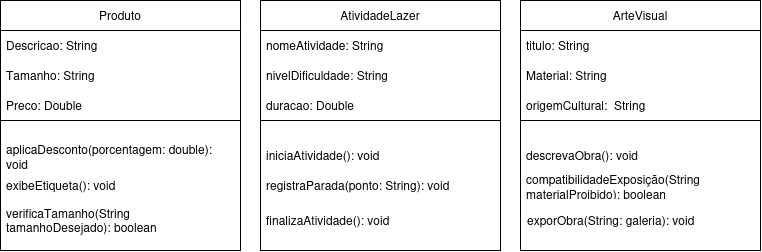
Before: tarefa_LP1_25_08/exercicio2_POO_23_08/UML_exercicio2.png, a diagram exported from draw.io (rianrz/lp1-adriana). Source tidied: cells renumbered, new cells last; positions are measured from the earlier drawing's top-left corner, leaving out a move shared by most shapes.
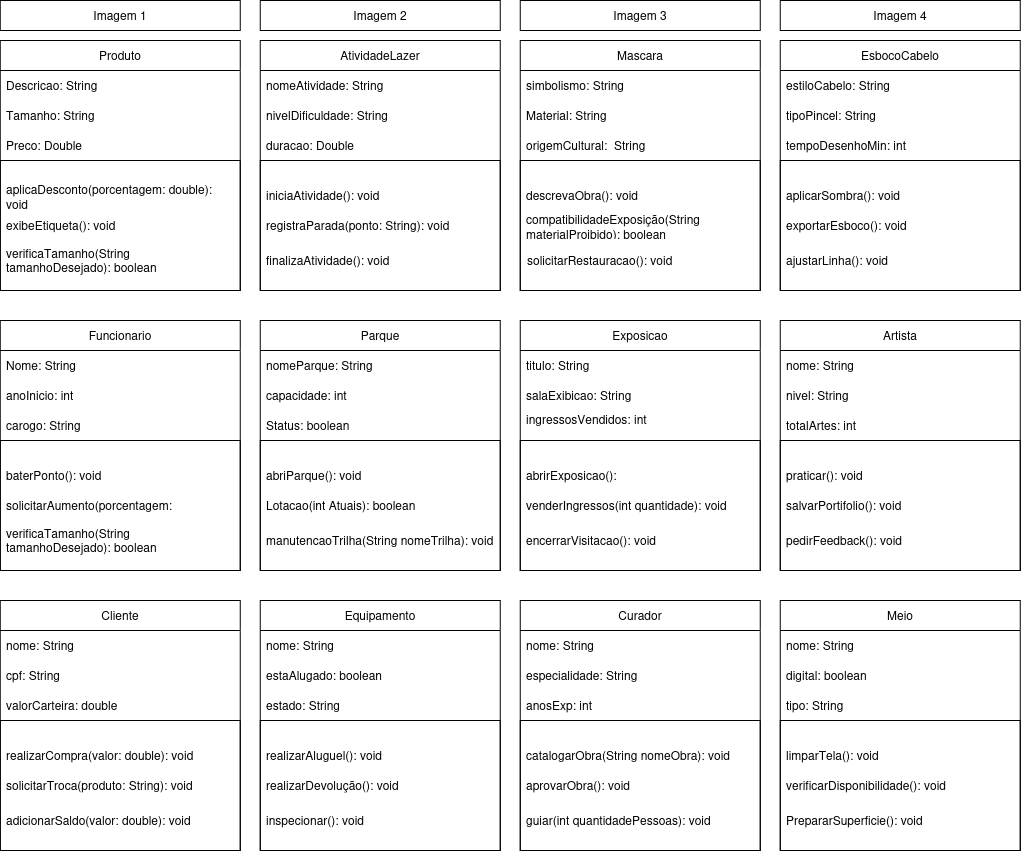
After the change.

The edit, as a diff of the source:
```diff
@@ -50,10 +50,10 @@
     <mxCell id="17" value="finalizaAtividade(): void" style="text;strokeColor=none;fillColor=none;align=left;verticalAlign=middle;spacingLeft=4;spacingRight=4;overflow=hidden;whiteSpace=wrap;html=1;" parent="14" vertex="1">
       <mxGeometry y="80" width="240" height="40" as="geometry" />
     </mxCell>
-    <mxCell id="18" value="ArteVisual" style="swimlane;fontStyle=0;horizontal=1;startSize=30;whiteSpace=wrap;html=1;" parent="1" vertex="1">
+    <mxCell id="18" value="Mascara" style="swimlane;fontStyle=0;horizontal=1;startSize=30;whiteSpace=wrap;html=1;" parent="1" vertex="1">
       <mxGeometry x="520" width="240" height="250" as="geometry" />
     </mxCell>
-    <mxCell id="19" value="titulo: String" style="text;strokeColor=none;fillColor=none;align=left;verticalAlign=middle;spacingLeft=4;spacingRight=4;overflow=hidden;whiteSpace=wrap;html=1;" parent="18" vertex="1">
+    <mxCell id="19" value="simbolismo: String" style="text;strokeColor=none;fillColor=none;align=left;verticalAlign=middle;spacingLeft=4;spacingRight=4;overflow=hidden;whiteSpace=wrap;html=1;" parent="18" vertex="1">
       <mxGeometry y="30" width="240" height="30" as="geometry" />
     </mxCell>
     <mxCell id="20" value="Material: String" style="text;strokeColor=none;fillColor=none;align=left;verticalAlign=middle;spacingLeft=4;spacingRight=4;overflow=hidden;whiteSpace=wrap;html=1;" parent="18" vertex="1">
@@ -68,11 +68,239 @@
     <mxCell id="23" value="descrevaObra(): void" style="text;strokeColor=none;fillColor=none;align=left;verticalAlign=middle;spacingLeft=4;spacingRight=4;overflow=hidden;whiteSpace=wrap;html=1;" parent="22" vertex="1">
       <mxGeometry y="20" width="240" height="30" as="geometry" />
     </mxCell>
-    <mxCell id="24" value="exporObra(String: galeria): void" style="text;strokeColor=none;fillColor=none;align=left;verticalAlign=middle;spacingLeft=4;spacingRight=4;overflow=hidden;whiteSpace=wrap;html=1;" parent="22" vertex="1">
+    <mxCell id="24" value="solicitarRestauracao(): void" style="text;strokeColor=none;fillColor=none;align=left;verticalAlign=middle;spacingLeft=4;spacingRight=4;overflow=hidden;whiteSpace=wrap;html=1;" parent="22" vertex="1">
       <mxGeometry x="1" y="80" width="240" height="40" as="geometry" />
     </mxCell>
     <mxCell id="25" value="compatibilidadeExposição(String materialProibido): boolean" style="text;strokeColor=none;fillColor=none;align=left;verticalAlign=middle;spacingLeft=4;spacingRight=4;overflow=hidden;whiteSpace=wrap;html=1;" parent="22" vertex="1">
       <mxGeometry y="50" width="240" height="30" as="geometry" />
     </mxCell>
+    <mxCell id="26" value="Funcionario" style="swimlane;fontStyle=0;horizontal=1;startSize=30;whiteSpace=wrap;html=1;" parent="1" vertex="1">
+      <mxGeometry y="280" width="240" height="250" as="geometry" />
+    </mxCell>
+    <mxCell id="27" value="Nome: String" style="text;strokeColor=none;fillColor=none;align=left;verticalAlign=middle;spacingLeft=4;spacingRight=4;overflow=hidden;whiteSpace=wrap;html=1;" parent="26" vertex="1">
+      <mxGeometry y="30" width="240" height="30" as="geometry" />
+    </mxCell>
+    <mxCell id="28" value="anoInicio: int" style="text;strokeColor=none;fillColor=none;align=left;verticalAlign=middle;spacingLeft=4;spacingRight=4;overflow=hidden;whiteSpace=wrap;html=1;" parent="26" vertex="1">
+      <mxGeometry y="60" width="240" height="30" as="geometry" />
+    </mxCell>
+    <mxCell id="29" value="carogo: String" style="text;strokeColor=none;fillColor=none;align=left;verticalAlign=middle;spacingLeft=4;spacingRight=4;overflow=hidden;whiteSpace=wrap;html=1;" parent="26" vertex="1">
+      <mxGeometry y="90" width="240" height="30" as="geometry" />
+    </mxCell>
+    <mxCell id="30" style="swimlane;startSize=0;" parent="26" vertex="1">
+      <mxGeometry y="120" width="240" height="130" as="geometry" />
+    </mxCell>
+    <mxCell id="31" value="baterPonto(): void" style="text;strokeColor=none;fillColor=none;align=left;verticalAlign=middle;spacingLeft=4;spacingRight=4;overflow=hidden;whiteSpace=wrap;html=1;" parent="30" vertex="1">
+      <mxGeometry y="20" width="240" height="30" as="geometry" />
+    </mxCell>
+    <mxCell id="32" value="solicitarAumento(porcentagem:&amp;nbsp;" style="text;strokeColor=none;fillColor=none;align=left;verticalAlign=middle;spacingLeft=4;spacingRight=4;overflow=hidden;whiteSpace=wrap;html=1;" parent="30" vertex="1">
+      <mxGeometry y="50" width="240" height="30" as="geometry" />
+    </mxCell>
+    <mxCell id="33" value="verificaTamanho(String tamanhoDesejado): boolean" style="text;strokeColor=none;fillColor=none;align=left;verticalAlign=middle;spacingLeft=4;spacingRight=4;overflow=hidden;whiteSpace=wrap;html=1;" parent="30" vertex="1">
+      <mxGeometry y="80" width="240" height="40" as="geometry" />
+    </mxCell>
+    <mxCell id="34" value="Cliente" style="swimlane;fontStyle=0;horizontal=1;startSize=30;whiteSpace=wrap;html=1;" parent="1" vertex="1">
+      <mxGeometry y="560" width="240" height="250" as="geometry" />
+    </mxCell>
+    <mxCell id="35" value="nome: String" style="text;strokeColor=none;fillColor=none;align=left;verticalAlign=middle;spacingLeft=4;spacingRight=4;overflow=hidden;whiteSpace=wrap;html=1;" parent="34" vertex="1">
+      <mxGeometry y="30" width="240" height="30" as="geometry" />
+    </mxCell>
+    <mxCell id="36" value="cpf: String" style="text;strokeColor=none;fillColor=none;align=left;verticalAlign=middle;spacingLeft=4;spacingRight=4;overflow=hidden;whiteSpace=wrap;html=1;" parent="34" vertex="1">
+      <mxGeometry y="60" width="240" height="30" as="geometry" />
+    </mxCell>
+    <mxCell id="37" value="valorCarteira: double" style="text;strokeColor=none;fillColor=none;align=left;verticalAlign=middle;spacingLeft=4;spacingRight=4;overflow=hidden;whiteSpace=wrap;html=1;" parent="34" vertex="1">
+      <mxGeometry y="90" width="240" height="30" as="geometry" />
+    </mxCell>
+    <mxCell id="38" style="swimlane;startSize=0;" parent="34" vertex="1">
+      <mxGeometry y="120" width="240" height="130" as="geometry" />
+    </mxCell>
+    <mxCell id="39" value="realizarCompra(valor: double): void" style="text;strokeColor=none;fillColor=none;align=left;verticalAlign=middle;spacingLeft=4;spacingRight=4;overflow=hidden;whiteSpace=wrap;html=1;" parent="38" vertex="1">
+      <mxGeometry y="20" width="240" height="30" as="geometry" />
+    </mxCell>
+    <mxCell id="40" value="solicitarTroca(produto: String): void" style="text;strokeColor=none;fillColor=none;align=left;verticalAlign=middle;spacingLeft=4;spacingRight=4;overflow=hidden;whiteSpace=wrap;html=1;" parent="38" vertex="1">
+      <mxGeometry y="50" width="240" height="30" as="geometry" />
+    </mxCell>
+    <mxCell id="41" value="adicionarSaldo(valor: double): void" style="text;strokeColor=none;fillColor=none;align=left;verticalAlign=middle;spacingLeft=4;spacingRight=4;overflow=hidden;whiteSpace=wrap;html=1;" parent="38" vertex="1">
+      <mxGeometry y="80" width="240" height="40" as="geometry" />
+    </mxCell>
+    <mxCell id="42" value="Parque" style="swimlane;fontStyle=0;horizontal=1;startSize=30;whiteSpace=wrap;html=1;" parent="1" vertex="1">
+      <mxGeometry x="260" y="280" width="240" height="250" as="geometry" />
+    </mxCell>
+    <mxCell id="43" value="nomeParque: String" style="text;strokeColor=none;fillColor=none;align=left;verticalAlign=middle;spacingLeft=4;spacingRight=4;overflow=hidden;whiteSpace=wrap;html=1;" parent="42" vertex="1">
+      <mxGeometry y="30" width="240" height="30" as="geometry" />
+    </mxCell>
+    <mxCell id="44" value="capacidade: int" style="text;strokeColor=none;fillColor=none;align=left;verticalAlign=middle;spacingLeft=4;spacingRight=4;overflow=hidden;whiteSpace=wrap;html=1;" parent="42" vertex="1">
+      <mxGeometry y="60" width="240" height="30" as="geometry" />
+    </mxCell>
+    <mxCell id="45" value="Status: boolean" style="text;strokeColor=none;fillColor=none;align=left;verticalAlign=middle;spacingLeft=4;spacingRight=4;overflow=hidden;whiteSpace=wrap;html=1;" parent="42" vertex="1">
+      <mxGeometry y="90" width="240" height="30" as="geometry" />
+    </mxCell>
+    <mxCell id="46" style="swimlane;startSize=0;" parent="42" vertex="1">
+      <mxGeometry y="120" width="240" height="130" as="geometry" />
+    </mxCell>
+    <mxCell id="47" value="abriParque(): void" style="text;strokeColor=none;fillColor=none;align=left;verticalAlign=middle;spacingLeft=4;spacingRight=4;overflow=hidden;whiteSpace=wrap;html=1;" parent="46" vertex="1">
+      <mxGeometry y="20" width="240" height="30" as="geometry" />
+    </mxCell>
+    <mxCell id="48" value="Lotacao(int Atuais): boolean" style="text;strokeColor=none;fillColor=none;align=left;verticalAlign=middle;spacingLeft=4;spacingRight=4;overflow=hidden;whiteSpace=wrap;html=1;" parent="46" vertex="1">
+      <mxGeometry y="50" width="240" height="30" as="geometry" />
+    </mxCell>
+    <mxCell id="49" value="manutencaoTrilha(String nomeTrilha): void" style="text;strokeColor=none;fillColor=none;align=left;verticalAlign=middle;spacingLeft=4;spacingRight=4;overflow=hidden;whiteSpace=wrap;html=1;" parent="46" vertex="1">
+      <mxGeometry y="80" width="240" height="40" as="geometry" />
+    </mxCell>
+    <mxCell id="50" value="Equipamento" style="swimlane;fontStyle=0;horizontal=1;startSize=30;whiteSpace=wrap;html=1;" parent="1" vertex="1">
+      <mxGeometry x="260" y="560" width="240" height="250" as="geometry" />
+    </mxCell>
+    <mxCell id="51" value="nome: String" style="text;strokeColor=none;fillColor=none;align=left;verticalAlign=middle;spacingLeft=4;spacingRight=4;overflow=hidden;whiteSpace=wrap;html=1;" parent="50" vertex="1">
+      <mxGeometry y="30" width="240" height="30" as="geometry" />
+    </mxCell>
+    <mxCell id="52" value="estaAlugado: boolean" style="text;strokeColor=none;fillColor=none;align=left;verticalAlign=middle;spacingLeft=4;spacingRight=4;overflow=hidden;whiteSpace=wrap;html=1;" parent="50" vertex="1">
+      <mxGeometry y="60" width="240" height="30" as="geometry" />
+    </mxCell>
+    <mxCell id="53" value="estado: String" style="text;strokeColor=none;fillColor=none;align=left;verticalAlign=middle;spacingLeft=4;spacingRight=4;overflow=hidden;whiteSpace=wrap;html=1;" parent="50" vertex="1">
+      <mxGeometry y="90" width="240" height="30" as="geometry" />
+    </mxCell>
+    <mxCell id="54" style="swimlane;startSize=0;" parent="50" vertex="1">
+      <mxGeometry y="120" width="240" height="130" as="geometry" />
+    </mxCell>
+    <mxCell id="55" value="realizarAluguel(): void" style="text;strokeColor=none;fillColor=none;align=left;verticalAlign=middle;spacingLeft=4;spacingRight=4;overflow=hidden;whiteSpace=wrap;html=1;" parent="54" vertex="1">
+      <mxGeometry y="20" width="240" height="30" as="geometry" />
+    </mxCell>
+    <mxCell id="56" value="realizarDevolução(): void" style="text;strokeColor=none;fillColor=none;align=left;verticalAlign=middle;spacingLeft=4;spacingRight=4;overflow=hidden;whiteSpace=wrap;html=1;" parent="54" vertex="1">
+      <mxGeometry y="50" width="240" height="30" as="geometry" />
+    </mxCell>
+    <mxCell id="57" value="inspecionar(): void" style="text;strokeColor=none;fillColor=none;align=left;verticalAlign=middle;spacingLeft=4;spacingRight=4;overflow=hidden;whiteSpace=wrap;html=1;" parent="54" vertex="1">
+      <mxGeometry y="80" width="240" height="40" as="geometry" />
+    </mxCell>
+    <mxCell id="58" value="Exposicao" style="swimlane;fontStyle=0;horizontal=1;startSize=30;whiteSpace=wrap;html=1;" parent="1" vertex="1">
+      <mxGeometry x="520" y="280" width="240" height="250" as="geometry" />
+    </mxCell>
+    <mxCell id="59" value="titulo: String" style="text;strokeColor=none;fillColor=none;align=left;verticalAlign=middle;spacingLeft=4;spacingRight=4;overflow=hidden;whiteSpace=wrap;html=1;" parent="58" vertex="1">
+      <mxGeometry y="30" width="240" height="30" as="geometry" />
+    </mxCell>
+    <mxCell id="60" value="salaExibicao: String" style="text;strokeColor=none;fillColor=none;align=left;verticalAlign=middle;spacingLeft=4;spacingRight=4;overflow=hidden;whiteSpace=wrap;html=1;" parent="58" vertex="1">
+      <mxGeometry y="60" width="240" height="30" as="geometry" />
+    </mxCell>
+    <mxCell id="61" value="&lt;div&gt;ingressosVendidos: int&lt;/div&gt;&lt;div&gt;&lt;br&gt;&lt;/div&gt;" style="text;strokeColor=none;fillColor=none;align=left;verticalAlign=middle;spacingLeft=4;spacingRight=4;overflow=hidden;whiteSpace=wrap;html=1;" parent="58" vertex="1">
+      <mxGeometry y="90" width="240" height="30" as="geometry" />
+    </mxCell>
+    <mxCell id="62" style="swimlane;startSize=0;" parent="58" vertex="1">
+      <mxGeometry y="120" width="240" height="130" as="geometry" />
+    </mxCell>
+    <mxCell id="63" value="abrirExposicao():&amp;nbsp;" style="text;strokeColor=none;fillColor=none;align=left;verticalAlign=middle;spacingLeft=4;spacingRight=4;overflow=hidden;whiteSpace=wrap;html=1;" parent="62" vertex="1">
+      <mxGeometry y="20" width="240" height="30" as="geometry" />
+    </mxCell>
+    <mxCell id="64" value="venderIngressos(int quantidade): void" style="text;strokeColor=none;fillColor=none;align=left;verticalAlign=middle;spacingLeft=4;spacingRight=4;overflow=hidden;whiteSpace=wrap;html=1;" parent="62" vertex="1">
+      <mxGeometry y="50" width="240" height="30" as="geometry" />
+    </mxCell>
+    <mxCell id="65" value="encerrarVisitacao(): void" style="text;strokeColor=none;fillColor=none;align=left;verticalAlign=middle;spacingLeft=4;spacingRight=4;overflow=hidden;whiteSpace=wrap;html=1;" parent="62" vertex="1">
+      <mxGeometry y="80" width="240" height="40" as="geometry" />
+    </mxCell>
+    <mxCell id="66" value="Curador" style="swimlane;fontStyle=0;horizontal=1;startSize=30;whiteSpace=wrap;html=1;" parent="1" vertex="1">
+      <mxGeometry x="520" y="560" width="240" height="250" as="geometry" />
+    </mxCell>
+    <mxCell id="67" value="nome: String" style="text;strokeColor=none;fillColor=none;align=left;verticalAlign=middle;spacingLeft=4;spacingRight=4;overflow=hidden;whiteSpace=wrap;html=1;" parent="66" vertex="1">
+      <mxGeometry y="30" width="240" height="30" as="geometry" />
+    </mxCell>
+    <mxCell id="68" value="especialidade: String" style="text;strokeColor=none;fillColor=none;align=left;verticalAlign=middle;spacingLeft=4;spacingRight=4;overflow=hidden;whiteSpace=wrap;html=1;" parent="66" vertex="1">
+      <mxGeometry y="60" width="240" height="30" as="geometry" />
+    </mxCell>
+    <mxCell id="69" value="anosExp: int" style="text;strokeColor=none;fillColor=none;align=left;verticalAlign=middle;spacingLeft=4;spacingRight=4;overflow=hidden;whiteSpace=wrap;html=1;" parent="66" vertex="1">
+      <mxGeometry y="90" width="240" height="30" as="geometry" />
+    </mxCell>
+    <mxCell id="70" style="swimlane;startSize=0;" parent="66" vertex="1">
+      <mxGeometry y="120" width="240" height="130" as="geometry" />
+    </mxCell>
+    <mxCell id="71" value="catalogarObra(String nomeObra): void" style="text;strokeColor=none;fillColor=none;align=left;verticalAlign=middle;spacingLeft=4;spacingRight=4;overflow=hidden;whiteSpace=wrap;html=1;" parent="70" vertex="1">
+      <mxGeometry y="20" width="240" height="30" as="geometry" />
+    </mxCell>
+    <mxCell id="72" value="aprovarObra(): void" style="text;strokeColor=none;fillColor=none;align=left;verticalAlign=middle;spacingLeft=4;spacingRight=4;overflow=hidden;whiteSpace=wrap;html=1;" parent="70" vertex="1">
+      <mxGeometry y="50" width="240" height="30" as="geometry" />
+    </mxCell>
+    <mxCell id="73" value="guiar(int quantidadePessoas): void" style="text;strokeColor=none;fillColor=none;align=left;verticalAlign=middle;spacingLeft=4;spacingRight=4;overflow=hidden;whiteSpace=wrap;html=1;" parent="70" vertex="1">
+      <mxGeometry y="80" width="240" height="40" as="geometry" />
+    </mxCell>
+    <mxCell id="74" value="Imagem 1" style="rounded=0;whiteSpace=wrap;html=1;" parent="1" vertex="1">
+      <mxGeometry y="-40" width="240" height="30" as="geometry" />
+    </mxCell>
+    <mxCell id="75" value="Imagem 2" style="rounded=0;whiteSpace=wrap;html=1;" parent="1" vertex="1">
+      <mxGeometry x="260" y="-40" width="240" height="30" as="geometry" />
+    </mxCell>
+    <mxCell id="76" value="Imagem 3" style="rounded=0;whiteSpace=wrap;html=1;" parent="1" vertex="1">
+      <mxGeometry x="520" y="-40" width="240" height="30" as="geometry" />
+    </mxCell>
+    <mxCell id="77" value="Imagem 4" style="rounded=0;whiteSpace=wrap;html=1;" parent="1" vertex="1">
+      <mxGeometry x="780" y="-40" width="240" height="30" as="geometry" />
+    </mxCell>
+    <mxCell id="78" value="Meio" style="swimlane;fontStyle=0;horizontal=1;startSize=30;whiteSpace=wrap;html=1;" parent="1" vertex="1">
+      <mxGeometry x="780" y="560" width="240" height="250" as="geometry" />
+    </mxCell>
+    <mxCell id="79" value="nome: String" style="text;strokeColor=none;fillColor=none;align=left;verticalAlign=middle;spacingLeft=4;spacingRight=4;overflow=hidden;whiteSpace=wrap;html=1;" parent="78" vertex="1">
+      <mxGeometry y="30" width="240" height="30" as="geometry" />
+    </mxCell>
+    <mxCell id="80" value="digital: boolean" style="text;strokeColor=none;fillColor=none;align=left;verticalAlign=middle;spacingLeft=4;spacingRight=4;overflow=hidden;whiteSpace=wrap;html=1;" parent="78" vertex="1">
+      <mxGeometry y="60" width="240" height="30" as="geometry" />
+    </mxCell>
+    <mxCell id="81" value="tipo: String" style="text;strokeColor=none;fillColor=none;align=left;verticalAlign=middle;spacingLeft=4;spacingRight=4;overflow=hidden;whiteSpace=wrap;html=1;" parent="78" vertex="1">
+      <mxGeometry y="90" width="240" height="30" as="geometry" />
+    </mxCell>
+    <mxCell id="82" style="swimlane;startSize=0;" parent="78" vertex="1">
+      <mxGeometry y="120" width="240" height="130" as="geometry" />
+    </mxCell>
+    <mxCell id="83" value="limparTela(): void" style="text;strokeColor=none;fillColor=none;align=left;verticalAlign=middle;spacingLeft=4;spacingRight=4;overflow=hidden;whiteSpace=wrap;html=1;" parent="82" vertex="1">
+      <mxGeometry y="20" width="240" height="30" as="geometry" />
+    </mxCell>
+    <mxCell id="84" value="verificarDisponibilidade(): void" style="text;strokeColor=none;fillColor=none;align=left;verticalAlign=middle;spacingLeft=4;spacingRight=4;overflow=hidden;whiteSpace=wrap;html=1;" parent="82" vertex="1">
+      <mxGeometry y="50" width="240" height="30" as="geometry" />
+    </mxCell>
+    <mxCell id="85" value="PrepararSuperficie(): void" style="text;strokeColor=none;fillColor=none;align=left;verticalAlign=middle;spacingLeft=4;spacingRight=4;overflow=hidden;whiteSpace=wrap;html=1;" parent="82" vertex="1">
+      <mxGeometry y="80" width="240" height="40" as="geometry" />
+    </mxCell>
+    <mxCell id="86" value="Artista" style="swimlane;fontStyle=0;horizontal=1;startSize=30;whiteSpace=wrap;html=1;" parent="1" vertex="1">
+      <mxGeometry x="780" y="280" width="240" height="250" as="geometry" />
+    </mxCell>
+    <mxCell id="87" value="nome: String" style="text;strokeColor=none;fillColor=none;align=left;verticalAlign=middle;spacingLeft=4;spacingRight=4;overflow=hidden;whiteSpace=wrap;html=1;" parent="86" vertex="1">
+      <mxGeometry y="30" width="240" height="30" as="geometry" />
+    </mxCell>
+    <mxCell id="88" value="nivel: String" style="text;strokeColor=none;fillColor=none;align=left;verticalAlign=middle;spacingLeft=4;spacingRight=4;overflow=hidden;whiteSpace=wrap;html=1;" parent="86" vertex="1">
+      <mxGeometry y="60" width="240" height="30" as="geometry" />
+    </mxCell>
+    <mxCell id="89" value="totalArtes: int" style="text;strokeColor=none;fillColor=none;align=left;verticalAlign=middle;spacingLeft=4;spacingRight=4;overflow=hidden;whiteSpace=wrap;html=1;" parent="86" vertex="1">
+      <mxGeometry y="90" width="240" height="30" as="geometry" />
+    </mxCell>
+    <mxCell id="90" style="swimlane;startSize=0;" parent="86" vertex="1">
+      <mxGeometry y="120" width="240" height="130" as="geometry" />
+    </mxCell>
+    <mxCell id="91" value="praticar(): void" style="text;strokeColor=none;fillColor=none;align=left;verticalAlign=middle;spacingLeft=4;spacingRight=4;overflow=hidden;whiteSpace=wrap;html=1;" parent="90" vertex="1">
+      <mxGeometry y="20" width="240" height="30" as="geometry" />
+    </mxCell>
+    <mxCell id="92" value="salvarPortifolio(): void" style="text;strokeColor=none;fillColor=none;align=left;verticalAlign=middle;spacingLeft=4;spacingRight=4;overflow=hidden;whiteSpace=wrap;html=1;" parent="90" vertex="1">
+      <mxGeometry y="50" width="240" height="30" as="geometry" />
+    </mxCell>
+    <mxCell id="93" value="pedirFeedback(): void" style="text;strokeColor=none;fillColor=none;align=left;verticalAlign=middle;spacingLeft=4;spacingRight=4;overflow=hidden;whiteSpace=wrap;html=1;" parent="90" vertex="1">
+      <mxGeometry y="80" width="240" height="40" as="geometry" />
+    </mxCell>
+    <mxCell id="94" value="EsbocoCabelo" style="swimlane;fontStyle=0;horizontal=1;startSize=30;whiteSpace=wrap;html=1;" parent="1" vertex="1">
+      <mxGeometry x="780" width="240" height="250" as="geometry" />
+    </mxCell>
+    <mxCell id="95" value="estiloCabelo: String" style="text;strokeColor=none;fillColor=none;align=left;verticalAlign=middle;spacingLeft=4;spacingRight=4;overflow=hidden;whiteSpace=wrap;html=1;" parent="94" vertex="1">
+      <mxGeometry y="30" width="240" height="30" as="geometry" />
+    </mxCell>
+    <mxCell id="96" value="tipoPincel: String" style="text;strokeColor=none;fillColor=none;align=left;verticalAlign=middle;spacingLeft=4;spacingRight=4;overflow=hidden;whiteSpace=wrap;html=1;" parent="94" vertex="1">
+      <mxGeometry y="60" width="240" height="30" as="geometry" />
+    </mxCell>
+    <mxCell id="97" value="tempoDesenhoMin: int" style="text;strokeColor=none;fillColor=none;align=left;verticalAlign=middle;spacingLeft=4;spacingRight=4;overflow=hidden;whiteSpace=wrap;html=1;" parent="94" vertex="1">
+      <mxGeometry y="90" width="240" height="30" as="geometry" />
+    </mxCell>
+    <mxCell id="98" style="swimlane;startSize=0;" parent="94" vertex="1">
+      <mxGeometry y="120" width="240" height="130" as="geometry" />
+    </mxCell>
+    <mxCell id="99" value="aplicarSombra(): void" style="text;strokeColor=none;fillColor=none;align=left;verticalAlign=middle;spacingLeft=4;spacingRight=4;overflow=hidden;whiteSpace=wrap;html=1;" parent="98" vertex="1">
+      <mxGeometry y="20" width="240" height="30" as="geometry" />
+    </mxCell>
+    <mxCell id="100" value="exportarEsboco(): void" style="text;strokeColor=none;fillColor=none;align=left;verticalAlign=middle;spacingLeft=4;spacingRight=4;overflow=hidden;whiteSpace=wrap;html=1;" parent="98" vertex="1">
+      <mxGeometry y="50" width="240" height="30" as="geometry" />
+    </mxCell>
+    <mxCell id="101" value="ajustarLinha(): void" style="text;strokeColor=none;fillColor=none;align=left;verticalAlign=middle;spacingLeft=4;spacingRight=4;overflow=hidden;whiteSpace=wrap;html=1;" parent="98" vertex="1">
+      <mxGeometry y="80" width="240" height="40" as="geometry" />
+    </mxCell>
   </root>
 </mxGraphModel>
```
